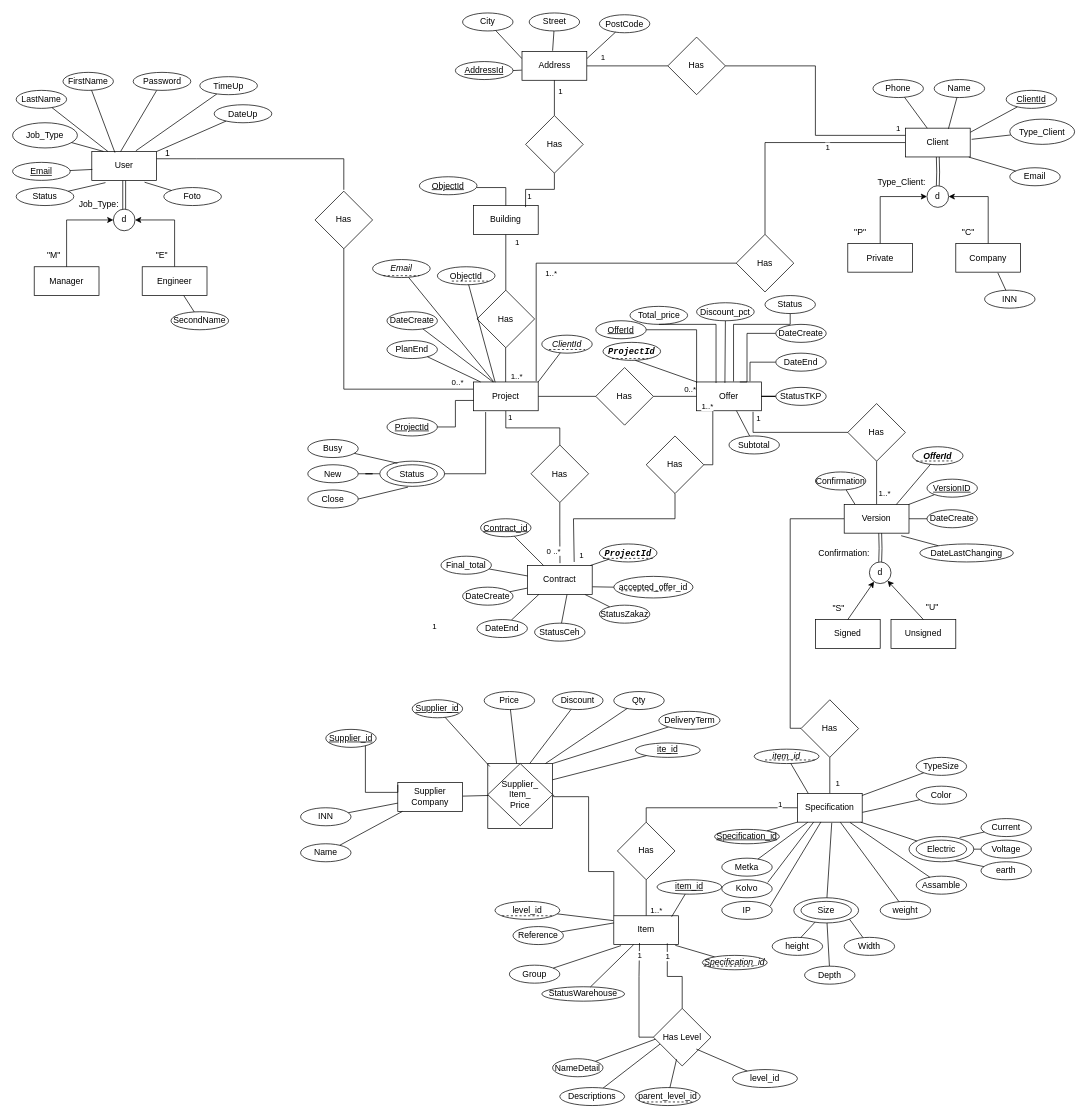
Earlier version of the draw.io diagram factory.drawio (Bujhc/EERD). Source tidied: cells renumbered, new cells numbered last; positions are measured from the earlier drawing's top-left corner, leaving out a move shared by most shapes. Both pictures are drawn from the tidied source at 72%, with x=0, y=0 at pixel (12, 13).
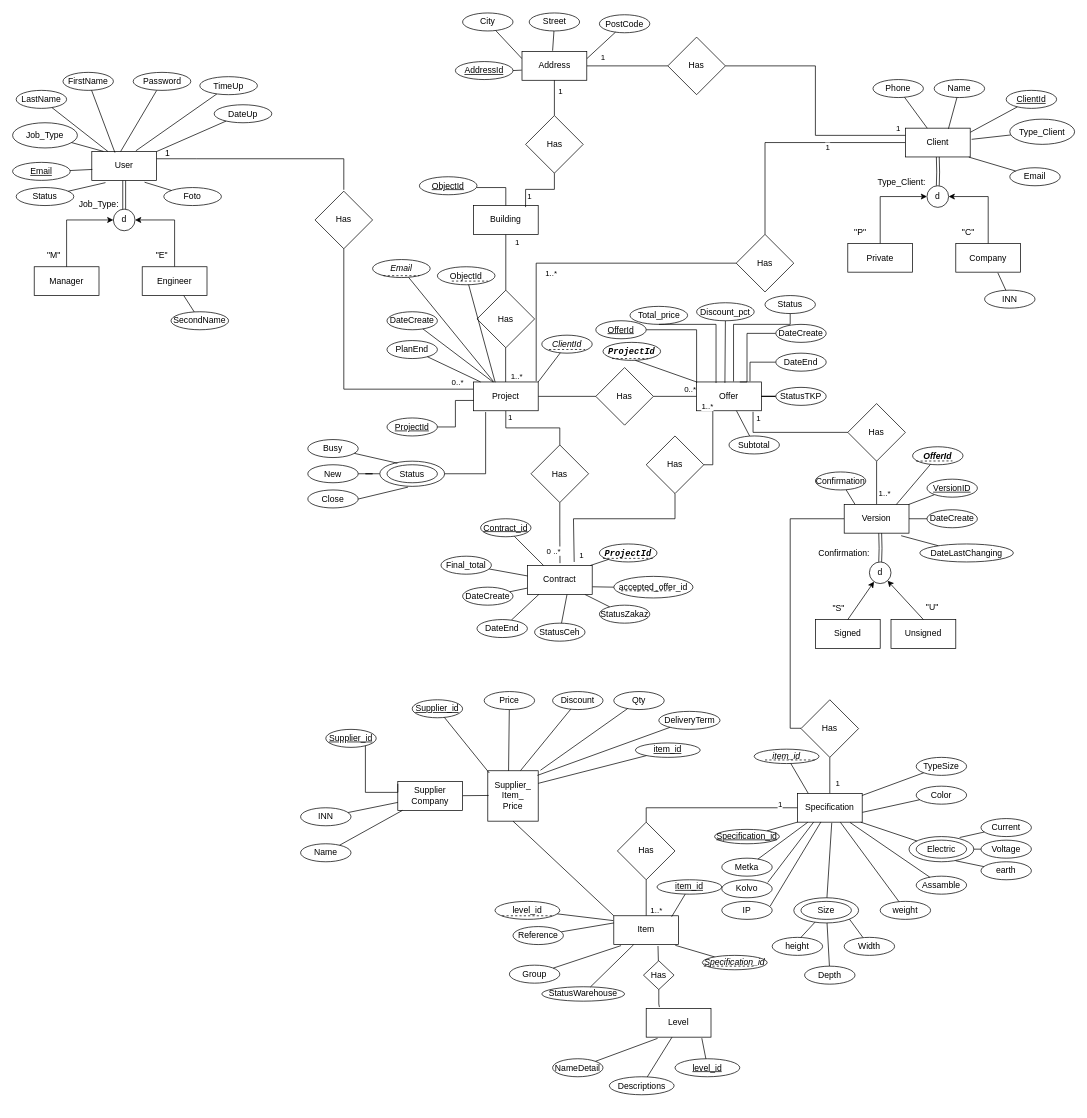
Above is the later version.

Unchanged cells that the change refers to:
```xml
<mxCell id="171" value="Item" style="rounded=0;whiteSpace=wrap;html=1;" parent="1" vertex="1">
  <mxGeometry x="835" y="1253.4" width="90" height="40" as="geometry" />
</mxCell>
<mxCell id="199" value="NameDetail" style="ellipse;whiteSpace=wrap;html=1;" parent="1" vertex="1">
  <mxGeometry x="750" y="1452" width="70" height="25" as="geometry" />
</mxCell>
<mxCell id="202" value="Price" style="ellipse;whiteSpace=wrap;html=1;" parent="1" vertex="1">
  <mxGeometry x="655" y="942" width="70" height="25" as="geometry" />
</mxCell>
<mxCell id="203" value="Qty" style="ellipse;whiteSpace=wrap;html=1;" parent="1" vertex="1">
  <mxGeometry x="835" y="942" width="70" height="25" as="geometry" />
</mxCell>
<mxCell id="205" value="DeliveryTerm" style="ellipse;whiteSpace=wrap;html=1;" parent="1" vertex="1">
  <mxGeometry x="897.5" y="969.5" width="85" height="25" as="geometry" />
</mxCell>
<mxCell id="221" style="edgeStyle=orthogonalEdgeStyle;rounded=0;jettySize=auto;html=1;endArrow=none;endFill=0;" parent="1" edge="1" source="223">
  <mxGeometry relative="1" as="geometry">
    <mxPoint x="780" y="762" as="targetPoint" />
    <Array as="points">
      <mxPoint x="920" y="702" />
      <mxPoint x="779" y="702" />
    </Array>
  </mxGeometry>
</mxCell>
```

What changed in the source:
```diff
@@
-    <mxCell id="2" style="whiteSpace=wrap;html=1;" parent="1" vertex="1">
-      <mxGeometry x="660" y="1042" width="90" height="90" as="geometry" />
+    <mxCell id="2" value="Supplier_&lt;div&gt;Item_&lt;/div&gt;&lt;div&gt;Price&lt;/div&gt;" style="whiteSpace=wrap;html=1;" parent="1" vertex="1">
+      <mxGeometry x="660" y="1052" width="70" height="70" as="geometry" />
     </mxCell>
@@
-    <mxCell id="204" style="rounded=0;jettySize=auto;html=1;endArrow=none;endFill=0;" parent="1" edge="1" source="205">
-      <mxGeometry relative="1" as="geometry">
-        <mxPoint x="750" y="1042" as="targetPoint" />
-      </mxGeometry>
+    <mxCell id="204" style="rounded=0;jettySize=auto;html=1;endArrow=none;endFill=0;entryX=0.984;entryY=0.092;entryDx=0;entryDy=0;entryPerimeter=0;" parent="1" edge="1" source="205" target="2">
+      <mxGeometry relative="1" as="geometry" />
     </mxCell>
@@
-    <mxCell id="208" style="rounded=0;jettySize=auto;html=1;entryX=0.073;entryY=0.521;entryDx=0;entryDy=0;entryPerimeter=0;endArrow=none;endFill=0;" parent="1" edge="1" source="199" target="287">
-      <mxGeometry relative="1" as="geometry" />
+    <mxCell id="208" style="rounded=0;jettySize=auto;html=1;entryX=0.073;entryY=0.521;entryDx=0;entryDy=0;entryPerimeter=0;endArrow=none;endFill=0;" parent="1" edge="1" source="199">
+      <mxGeometry relative="1" as="geometry">
+        <mxPoint x="895.8" y="1423.7" as="targetPoint" />
+      </mxGeometry>
     </mxCell>
@@
-    <mxCell id="222" value="1" style="edgeLabel;html=1;align=center;verticalAlign=middle;" parent="221" vertex="1">
-      <mxGeometry x="0.79" y="-2" relative="1" as="geometry">
-        <mxPoint x="-192" y="113" as="offset" />
-      </mxGeometry>
-    </mxCell>
@@
-    <mxCell id="260" style="rounded=0;jettySize=auto;html=1;endArrow=none;endFill=0;" parent="1" edge="1" source="261" target="263">
-      <mxGeometry relative="1" as="geometry" />
+    <mxCell id="260" style="rounded=0;jettySize=auto;html=1;endArrow=none;endFill=0;" parent="1" edge="1" source="261">
+      <mxGeometry relative="1" as="geometry">
+        <mxPoint x="661.2" y="1086.3" as="targetPoint" />
+      </mxGeometry>
     </mxCell>
     <mxCell id="261" value="Supplier&lt;div&gt;Company&lt;/div&gt;" style="rounded=0;whiteSpace=wrap;html=1;" parent="1" vertex="1">
-      <mxGeometry x="535" y="1068.4" width="90" height="40" as="geometry" />
+      <mxGeometry x="535" y="1067" width="90" height="40" as="geometry" />
     </mxCell>
-    <mxCell id="262" style="edgeStyle=orthogonalEdgeStyle;rounded=0;jettySize=auto;html=1;entryX=0;entryY=0;entryDx=0;entryDy=0;endArrow=none;endFill=0;exitX=1.016;exitY=0.482;exitDx=0;exitDy=0;exitPerimeter=0;" parent="1" edge="1" source="2" target="171">
-      <mxGeometry relative="1" as="geometry">
-        <Array as="points">
-          <mxPoint x="751" y="1088" />
-          <mxPoint x="800" y="1088" />
-          <mxPoint x="800" y="1192" />
-          <mxPoint x="835" y="1192" />
-        </Array>
-      </mxGeometry>
+    <mxCell id="262" style="rounded=0;jettySize=auto;html=1;entryX=0;entryY=0;entryDx=0;entryDy=0;endArrow=none;endFill=0;exitX=0.5;exitY=1;exitDx=0;exitDy=0;" parent="1" edge="1" source="2" target="171">
+      <mxGeometry relative="1" as="geometry" />
     </mxCell>
-    <mxCell id="263" value="Supplier_&lt;div&gt;Item_&lt;/div&gt;&lt;div&gt;Price&lt;/div&gt;" style="rhombus;whiteSpace=wrap;html=1;" parent="1" vertex="1">
-      <mxGeometry x="660" y="1042" width="90" height="86.4" as="geometry" />
-    </mxCell>
-    <mxCell id="264" style="rounded=0;jettySize=auto;html=1;endArrow=none;endFill=0;" parent="1" edge="1" source="203">
-      <mxGeometry relative="1" as="geometry">
-        <mxPoint x="740" y="1042" as="targetPoint" />
-      </mxGeometry>
+    <mxCell id="264" style="rounded=0;jettySize=auto;html=1;endArrow=none;endFill=0;entryX=1.045;entryY=-0.01;entryDx=0;entryDy=0;entryPerimeter=0;" parent="1" edge="1" source="203" target="2">
+      <mxGeometry relative="1" as="geometry" />
     </mxCell>
-    <mxCell id="265" style="rounded=0;jettySize=auto;html=1;endArrow=none;endFill=0;" parent="1" edge="1" source="202">
-      <mxGeometry relative="1" as="geometry">
-        <mxPoint x="700" y="1042" as="targetPoint" />
-      </mxGeometry>
+    <mxCell id="265" style="rounded=0;jettySize=auto;html=1;endArrow=none;endFill=0;entryX=0.412;entryY=0.003;entryDx=0;entryDy=0;entryPerimeter=0;" parent="1" edge="1" source="202" target="2">
+      <mxGeometry relative="1" as="geometry" />
     </mxCell>
@@
-    <mxCell id="271" value="&lt;u&gt;ite_id&lt;/u&gt;" style="ellipse;whiteSpace=wrap;html=1;" parent="1" vertex="1">
+    <mxCell id="271" value="&lt;u&gt;item_id&lt;/u&gt;" style="ellipse;whiteSpace=wrap;html=1;" parent="1" vertex="1">
       <mxGeometry x="865" y="1013.4" width="90" height="20" as="geometry" />
     </mxCell>
@@
-    <mxCell id="283" style="rounded=0;jettySize=auto;html=1;entryX=0.123;entryY=0.614;entryDx=0;entryDy=0;endArrow=none;endFill=0;entryPerimeter=0;" parent="1" edge="1" source="284" target="287">
+    <mxCell id="283" style="rounded=0;jettySize=auto;html=1;entryX=0.4;entryY=0.995;entryDx=0;entryDy=0;endArrow=none;endFill=0;entryPerimeter=0;" parent="1" edge="1" source="284" target="296">
       <mxGeometry relative="1" as="geometry" />
     </mxCell>
     <mxCell id="284" value="Descriptions" style="ellipse;whiteSpace=wrap;html=1;" parent="1" vertex="1">
-      <mxGeometry x="760" y="1492" width="90" height="25" as="geometry" />
+      <mxGeometry x="828.8" y="1477" width="90" height="25" as="geometry" />
     </mxCell>
-    <mxCell id="285" style="edgeStyle=orthogonalEdgeStyle;rounded=0;jettySize=auto;html=1;entryX=0.397;entryY=0.947;entryDx=0;entryDy=0;entryPerimeter=0;endArrow=none;endFill=0;" parent="1" edge="1" source="287" target="171">
-      <mxGeometry relative="1" as="geometry">
-        <Array as="points">
-          <mxPoint x="870" y="1422" />
-          <mxPoint x="870" y="1338" />
-          <mxPoint x="871" y="1338" />
-        </Array>
-      </mxGeometry>
-    </mxCell>
-    <mxCell id="286" value="1" style="edgeLabel;html=1;align=center;verticalAlign=middle;" parent="285" vertex="1">
-      <mxGeometry x="0.78" relative="1" as="geometry" />
-    </mxCell>
-    <mxCell id="287" value="Has Level" style="rhombus;whiteSpace=wrap;html=1;" parent="1" vertex="1">
-      <mxGeometry x="890" y="1382" width="80" height="80" as="geometry" />
-    </mxCell>
-    <mxCell id="288" style="edgeStyle=orthogonalEdgeStyle;rounded=0;jettySize=auto;html=1;entryX=0.826;entryY=0.959;entryDx=0;entryDy=0;entryPerimeter=0;endArrow=none;endFill=0;" parent="1" edge="1" source="287" target="171">
-      <mxGeometry relative="1" as="geometry" />
-    </mxCell>
-    <mxCell id="289" value="1" style="edgeLabel;html=1;align=center;verticalAlign=middle;" parent="288" vertex="1">
-      <mxGeometry x="0.67" relative="1" as="geometry" />
-    </mxCell>
-    <mxCell id="290" value="&lt;font style=&quot;color: light-dark(rgb(0, 0, 0), rgb(204, 204, 0));&quot;&gt;parent_level_id&lt;/font&gt;" style="ellipse;whiteSpace=wrap;html=1;" parent="1" vertex="1">
-      <mxGeometry x="865" y="1492" width="90" height="25" as="geometry" />
-    </mxCell>
-    <mxCell id="291" style="rounded=0;jettySize=auto;html=1;entryX=0.402;entryY=0.884;entryDx=0;entryDy=0;entryPerimeter=0;endArrow=none;endFill=0;" parent="1" edge="1" source="290" target="287">
-      <mxGeometry relative="1" as="geometry" />
-    </mxCell>
-    <mxCell id="292" style="endArrow=none;dashed=1;html=1;rounded=0;" parent="1" edge="1">
-      <mxGeometry relative="1" as="geometry">
-        <mxPoint x="875" y="1512" as="sourcePoint" />
-        <mxPoint x="945" y="1512" as="targetPoint" />
-      </mxGeometry>
-    </mxCell>
@@
-    <mxCell id="294" value="&lt;font style=&quot;color: light-dark(rgb(0, 0, 0), rgb(255, 255, 255));&quot;&gt;level_id&lt;/font&gt;" style="ellipse;whiteSpace=wrap;html=1;" parent="1" vertex="1">
-      <mxGeometry x="1000" y="1467" width="90" height="25" as="geometry" />
+    <mxCell id="294" value="&lt;font style=&quot;color: light-dark(rgb(0, 0, 0), rgb(255, 255, 255));&quot;&gt;&lt;u&gt;level_id&lt;/u&gt;&lt;/font&gt;" style="ellipse;whiteSpace=wrap;html=1;" parent="1" vertex="1">
+      <mxGeometry x="920" y="1452" width="90" height="25" as="geometry" />
     </mxCell>
-    <mxCell id="295" style="rounded=0;jettySize=auto;html=1;entryX=0.745;entryY=0.707;entryDx=0;entryDy=0;entryPerimeter=0;endArrow=none;endFill=0;" parent="1" edge="1" source="294" target="287">
+    <mxCell id="295" style="rounded=0;jettySize=auto;html=1;entryX=0.858;entryY=1.035;entryDx=0;entryDy=0;entryPerimeter=0;endArrow=none;endFill=0;" parent="1" edge="1" source="294" target="296">
       <mxGeometry relative="1" as="geometry" />
     </mxCell>
+    <mxCell id="296" value="Level" style="rounded=0;whiteSpace=wrap;html=1;" parent="1" vertex="1">
+      <mxGeometry x="880" y="1382" width="90" height="40" as="geometry" />
+    </mxCell>
+    <mxCell id="297" style="rounded=0;jettySize=auto;html=1;entryX=0.682;entryY=1.05;entryDx=0;entryDy=0;entryPerimeter=0;endArrow=none;endFill=0;" parent="1" edge="1" source="298" target="171">
+      <mxGeometry relative="1" as="geometry" />
+    </mxCell>
+    <mxCell id="298" value="Has" style="rhombus;whiteSpace=wrap;html=1;" parent="1" vertex="1">
+      <mxGeometry x="876.2" y="1315.9" width="42.5" height="40" as="geometry" />
+    </mxCell>
+    <mxCell id="299" style="edgeStyle=orthogonalEdgeStyle;rounded=0;jettySize=auto;html=1;entryX=0.204;entryY=-0.045;entryDx=0;entryDy=0;entryPerimeter=0;endArrow=none;endFill=0;" parent="1" edge="1" source="298" target="296">
+      <mxGeometry relative="1" as="geometry" />
+    </mxCell>
```
